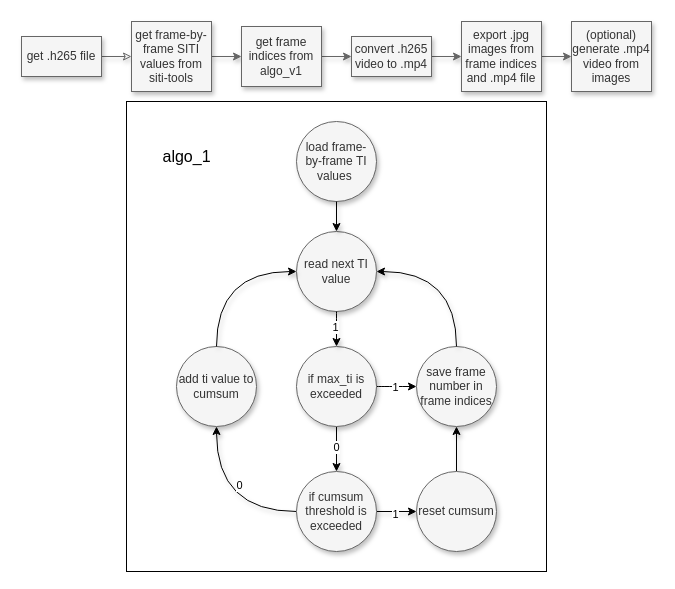
Earlier version of the draw.io diagram page "algo1" (1 of 5) of state_machine.drawio (McQueen24/34241_final-project). Source tidied: cells renumbered, new cells numbered last; positions are measured from the earlier drawing's top-left corner, leaving out a move shared by most shapes. Both pictures are drawn from the tidied source at 100%, with x=0, y=0 at pixel (21, 21).
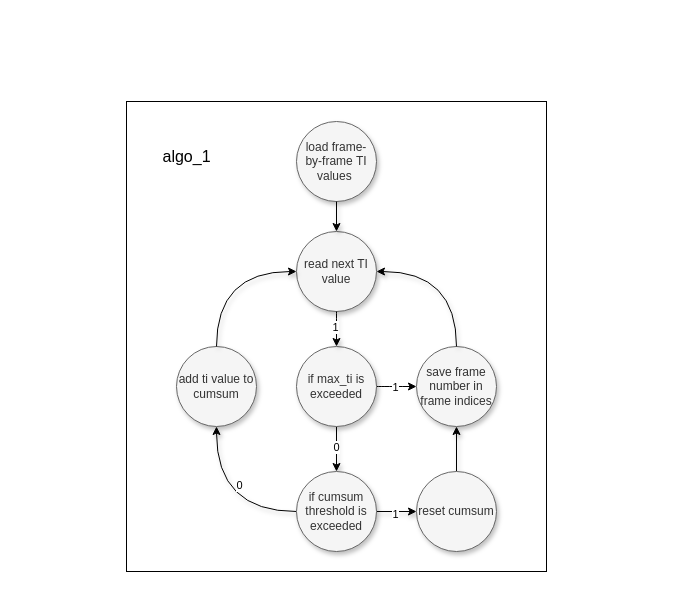
The same page after the edit.

What changed in the source:
```diff
@@
-    <mxCell id="20" style="edgeStyle=orthogonalEdgeStyle;rounded=0;jettySize=auto;html=1;startArrow=classic;startFill=0;endArrow=none;fillColor=#f5f5f5;strokeColor=#666666;shadow=1;" parent="1" edge="1" source="22" target="23">
-      <mxGeometry relative="1" as="geometry" />
-    </mxCell>
-    <mxCell id="21" style="edgeStyle=orthogonalEdgeStyle;rounded=0;jettySize=auto;html=1;fillColor=#f5f5f5;strokeColor=#666666;shadow=1;" parent="1" edge="1" source="22" target="25">
-      <mxGeometry relative="1" as="geometry" />
-    </mxCell>
-    <mxCell id="22" value="get frame-by-frame SITI values from siti-tools" style="whiteSpace=wrap;html=1;rounded=0;fillColor=#f5f5f5;fontColor=#333333;strokeColor=#666666;shadow=1;direction=east;" parent="1" vertex="1">
-      <mxGeometry x="110" width="80" height="70" as="geometry" />
-    </mxCell>
-    <mxCell id="23" value="get .h265 file" style="whiteSpace=wrap;html=1;rounded=0;fillColor=#f5f5f5;fontColor=#333333;strokeColor=#666666;shadow=1;direction=east;" parent="1" vertex="1">
-      <mxGeometry y="15" width="80" height="40" as="geometry" />
-    </mxCell>
-    <mxCell id="24" style="edgeStyle=orthogonalEdgeStyle;rounded=0;jettySize=auto;html=1;fillColor=#f5f5f5;strokeColor=#666666;shadow=1;" parent="1" edge="1" source="25" target="27">
-      <mxGeometry relative="1" as="geometry" />
-    </mxCell>
-    <mxCell id="25" value="get frame indices from algo_v1" style="whiteSpace=wrap;html=1;rounded=0;fillColor=#f5f5f5;fontColor=#333333;strokeColor=#666666;shadow=1;direction=east;" parent="1" vertex="1">
-      <mxGeometry x="220" y="5" width="80" height="60" as="geometry" />
-    </mxCell>
-    <mxCell id="26" style="edgeStyle=orthogonalEdgeStyle;rounded=0;jettySize=auto;html=1;fillColor=#f5f5f5;strokeColor=#666666;shadow=1;" parent="1" edge="1" source="27" target="29">
-      <mxGeometry relative="1" as="geometry" />
-    </mxCell>
-    <mxCell id="27" value="convert .h265 video to .mp4" style="whiteSpace=wrap;html=1;rounded=0;fillColor=#f5f5f5;fontColor=#333333;strokeColor=#666666;shadow=1;direction=east;" parent="1" vertex="1">
-      <mxGeometry x="330" y="15" width="80" height="40" as="geometry" />
-    </mxCell>
-    <mxCell id="28" style="edgeStyle=orthogonalEdgeStyle;rounded=0;jettySize=auto;html=1;fillColor=#f5f5f5;strokeColor=#666666;shadow=1;" parent="1" edge="1" source="29" target="30">
-      <mxGeometry relative="1" as="geometry" />
-    </mxCell>
-    <mxCell id="29" value="export .jpg images from frame indices and .mp4 file" style="whiteSpace=wrap;html=1;rounded=0;fillColor=#f5f5f5;fontColor=#333333;strokeColor=#666666;shadow=1;direction=east;" parent="1" vertex="1">
-      <mxGeometry x="440" width="80" height="70" as="geometry" />
-    </mxCell>
-    <mxCell id="30" value="(optional)&lt;br&gt;generate .mp4 video from images" style="whiteSpace=wrap;html=1;rounded=0;fillColor=#f5f5f5;fontColor=#333333;strokeColor=#666666;shadow=1;direction=east;" parent="1" vertex="1">
-      <mxGeometry x="550" width="80" height="70" as="geometry" />
-    </mxCell>
```
